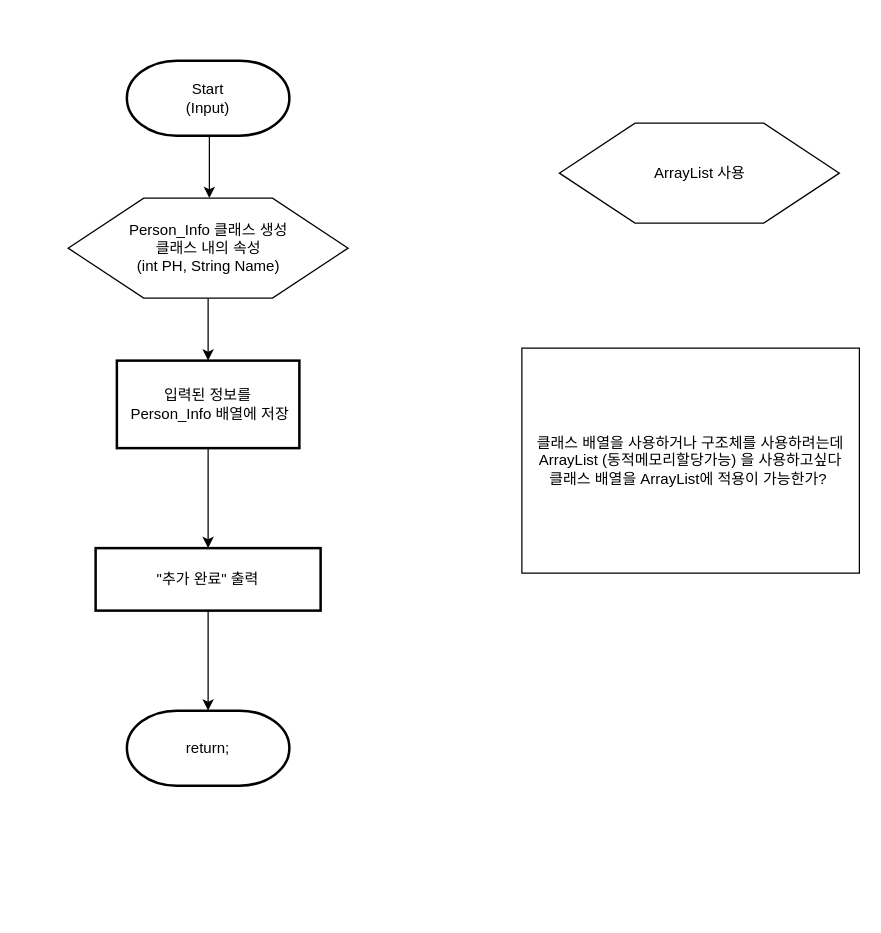
The draw.io diagram 순서도/Input 기능 순서도_java.drawio in skatld123/PH_list_java, before the edit. Source tidied: cells renumbered, new cells numbered last; positions are measured from the earlier drawing's top-left corner, leaving out a move shared by most shapes. Both pictures are drawn from the tidied source at 125%, with x=0, y=0 at pixel (68, 60).
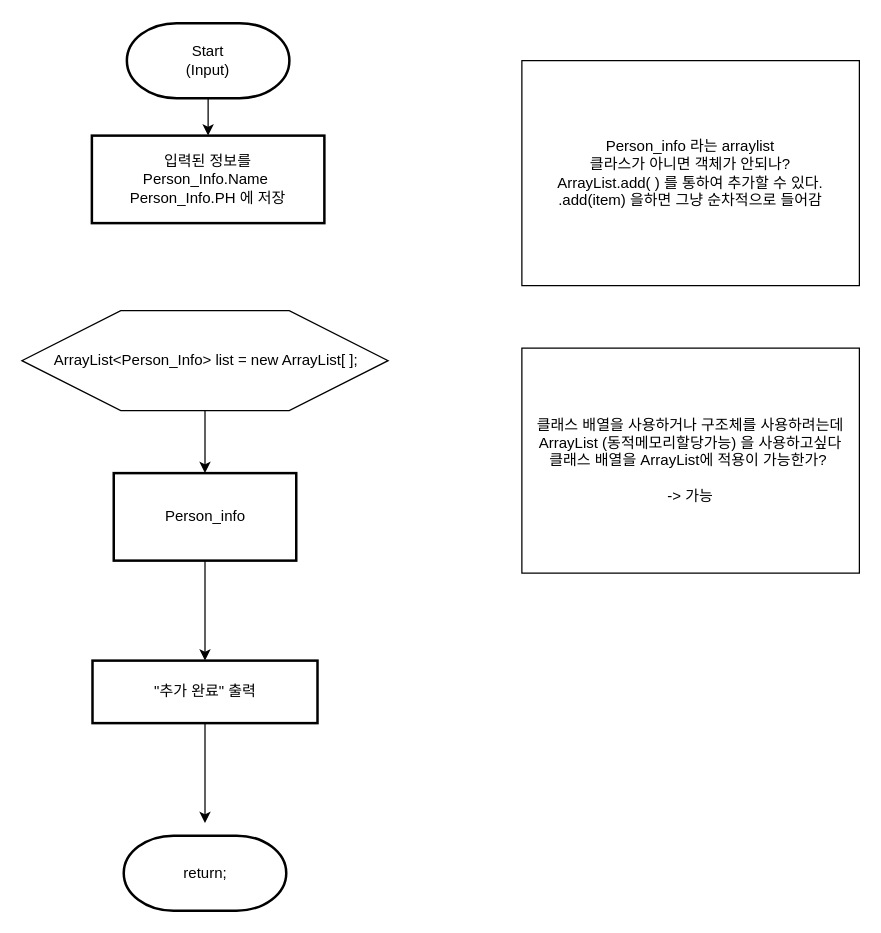
After the change.

Commit message (it also covers changes not shown here):
Input 기능 순서도_java.drawio 업데이트

The edit, as a diff of the source:
```diff
@@
 <mxGraphModel>
   <root>
     <mxCell id="0" />
     <mxCell id="1" parent="0" />
-    <mxCell id="2" style="edgeStyle=orthogonalEdgeStyle;rounded=0;orthogonalLoop=1;jettySize=auto;html=1;exitX=0.5;exitY=1;exitDx=0;exitDy=0;" parent="1" edge="1">
-      <mxGeometry relative="1" as="geometry">
-        <mxPoint x="113" y="60" as="sourcePoint" />
-        <mxPoint x="113" y="110" as="targetPoint" />
-      </mxGeometry>
-    </mxCell>
     <mxCell id="3" style="edgeStyle=orthogonalEdgeStyle;rounded=0;jettySize=auto;html=1;entryX=0.5;entryY=0;entryDx=0;entryDy=0;fontSize=13;" parent="1" edge="1" source="4" target="10">
       <mxGeometry relative="1" as="geometry" />
     </mxCell>
-    <mxCell id="4" value="입력된 정보를&lt;br&gt;&amp;nbsp;Person_Info 배열에 저장" style="rounded=1;whiteSpace=wrap;html=1;absoluteArcSize=1;arcSize=0;strokeWidth=2;align=center;" parent="1" vertex="1">
-      <mxGeometry x="39" y="240" width="146" height="70" as="geometry" />
+    <mxCell id="4" value="Person_info" style="rounded=1;whiteSpace=wrap;html=1;absoluteArcSize=1;arcSize=0;strokeWidth=2;align=center;" parent="1" vertex="1">
+      <mxGeometry x="36.5" y="330" width="146" height="70" as="geometry" />
     </mxCell>
+    <mxCell id="13" style="edgeStyle=orthogonalEdgeStyle;rounded=0;jettySize=auto;html=1;exitX=0.5;exitY=1;exitDx=0;exitDy=0;exitPerimeter=0;entryX=0.5;entryY=0;entryDx=0;entryDy=0;" parent="1" edge="1" source="5" target="15">
+      <mxGeometry relative="1" as="geometry" />
+    </mxCell>
     <mxCell id="5" value="Start&lt;br&gt;(Input)" style="strokeWidth=2;html=1;shape=mxgraph.flowchart.terminator;whiteSpace=wrap;" parent="1" vertex="1">
-      <mxGeometry x="47" width="130" height="60" as="geometry" />
+      <mxGeometry x="47" y="-30" width="130" height="60" as="geometry" />
     </mxCell>
     <mxCell id="6" style="edgeStyle=orthogonalEdgeStyle;rounded=0;jettySize=auto;html=1;exitX=0.5;exitY=1;exitDx=0;exitDy=0;entryX=0.5;entryY=0;entryDx=0;entryDy=0;" parent="1" edge="1" source="7" target="4">
       <mxGeometry relative="1" as="geometry" />
     </mxCell>
-    <mxCell id="7" value="Person_Info 클래스 생성&lt;br&gt;클래스 내의 속성&lt;br&gt;(int PH, String Name)" style="verticalLabelPosition=middle;verticalAlign=middle;html=1;shape=hexagon;perimeter=hexagonPerimeter2;arcSize=6;size=0.27;labelPosition=center;align=center;" parent="1" vertex="1">
-      <mxGeometry y="110" width="224" height="80" as="geometry" />
+    <mxCell id="7" value="ArrayList&amp;lt;Person_Info&amp;gt; list = new ArrayList[ ];" style="verticalLabelPosition=middle;verticalAlign=middle;html=1;shape=hexagon;perimeter=hexagonPerimeter2;arcSize=6;size=0.27;labelPosition=center;align=center;" parent="1" vertex="1">
+      <mxGeometry x="-37" y="200" width="293" height="80" as="geometry" />
     </mxCell>
     <mxCell id="8" value="return;" style="strokeWidth=2;html=1;shape=mxgraph.flowchart.terminator;whiteSpace=wrap;" parent="1" vertex="1">
-      <mxGeometry x="47" y="520" width="130" height="60" as="geometry" />
+      <mxGeometry x="44.5" y="620" width="130" height="60" as="geometry" />
     </mxCell>
-    <mxCell id="9" style="edgeStyle=orthogonalEdgeStyle;rounded=0;jettySize=auto;html=1;exitX=0.5;exitY=1;exitDx=0;exitDy=0;entryX=0.5;entryY=0;entryDx=0;entryDy=0;entryPerimeter=0;fontSize=13;" parent="1" edge="1" source="10" target="8">
-      <mxGeometry relative="1" as="geometry" />
+    <mxCell id="9" style="edgeStyle=orthogonalEdgeStyle;rounded=0;jettySize=auto;html=1;exitX=0.5;exitY=1;exitDx=0;exitDy=0;entryX=0.5;entryY=0;entryDx=0;entryDy=0;entryPerimeter=0;fontSize=13;" parent="1" edge="1" source="10">
+      <mxGeometry relative="1" as="geometry">
+        <mxPoint x="109.5" y="610" as="targetPoint" />
+      </mxGeometry>
     </mxCell>
     <mxCell id="10" value="&quot;추가 완료&quot; 출력" style="rounded=1;whiteSpace=wrap;html=1;absoluteArcSize=1;arcSize=0;strokeWidth=2;" parent="1" vertex="1">
-      <mxGeometry x="22" y="390" width="180" height="50" as="geometry" />
+      <mxGeometry x="19.5" y="480" width="180" height="50" as="geometry" />
     </mxCell>
-    <mxCell id="11" value="ArrayList 사용" style="verticalLabelPosition=middle;verticalAlign=middle;html=1;shape=hexagon;perimeter=hexagonPerimeter2;arcSize=6;size=0.27;labelPosition=center;align=center;" parent="1" vertex="1">
-      <mxGeometry x="393" y="50" width="224" height="80" as="geometry" />
-    </mxCell>
-    <mxCell id="12" value="클래스 배열을 사용하거나 구조체를 사용하려는데&lt;br&gt;ArrayList (동적메모리할당가능) 을 사용하고싶다&lt;br&gt;클래스 배열을 ArrayList에 적용이 가능한가?&amp;nbsp;" style="rounded=0;whiteSpace=wrap;html=1;" parent="1" vertex="1">
+    <mxCell id="12" value="클래스 배열을 사용하거나 구조체를 사용하려는데&lt;br&gt;ArrayList (동적메모리할당가능) 을 사용하고싶다&lt;br&gt;클래스 배열을 ArrayList에 적용이 가능한가?&amp;nbsp;&lt;br&gt;&lt;br&gt;-&amp;gt; 가능" style="rounded=0;whiteSpace=wrap;html=1;" parent="1" vertex="1">
       <mxGeometry x="363" y="230" width="270" height="180" as="geometry" />
     </mxCell>
+    <mxCell id="14" value="Person_info 라는 arraylist&lt;br&gt;클라스가 아니면 객체가 안되나?&lt;br&gt;ArrayList.add( ) 를 통하여 추가할 수 있다.&lt;br&gt;.add(item) 을하면 그냥 순차적으로 들어감" style="rounded=0;whiteSpace=wrap;html=1;" parent="1" vertex="1">
+      <mxGeometry x="363" width="270" height="180" as="geometry" />
+    </mxCell>
+    <mxCell id="15" value="입력된 정보를 &lt;br&gt;Person_Info.Name&amp;nbsp;&lt;br&gt;Person_Info.PH 에 저장" style="rounded=1;whiteSpace=wrap;html=1;absoluteArcSize=1;arcSize=0;strokeWidth=2;align=center;" parent="1" vertex="1">
+      <mxGeometry x="19" y="60" width="186" height="70" as="geometry" />
+    </mxCell>
   </root>
 </mxGraphModel>
```
